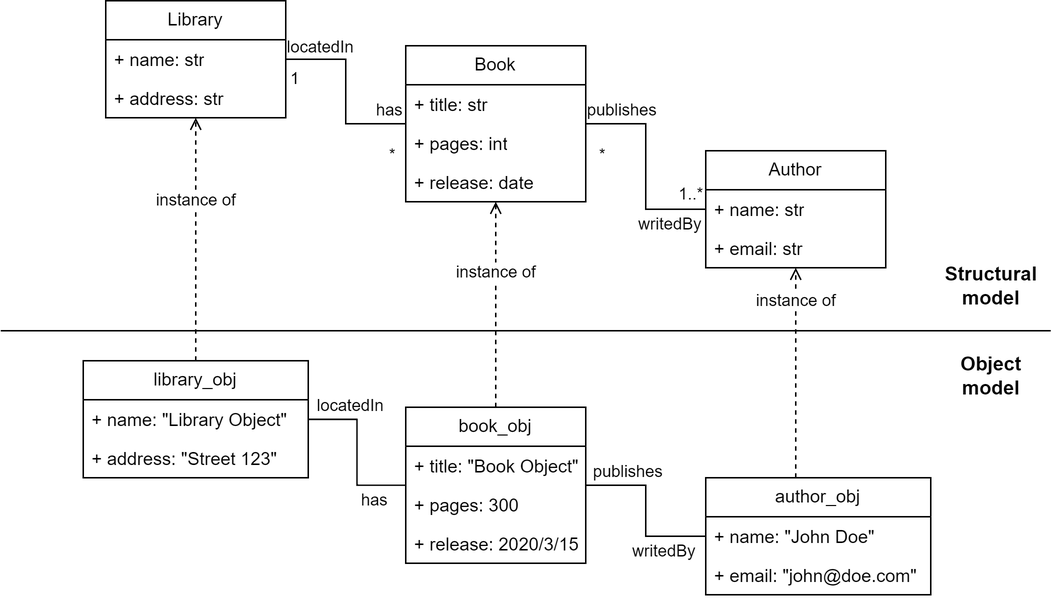
Before: docs/source/img/library_object.png, a diagram exported from draw.io (BESSER-PEARL/BESSER). Source tidied: cells renumbered, new cells last; positions are measured from the earlier drawing's top-left corner, leaving out a move shared by most shapes.
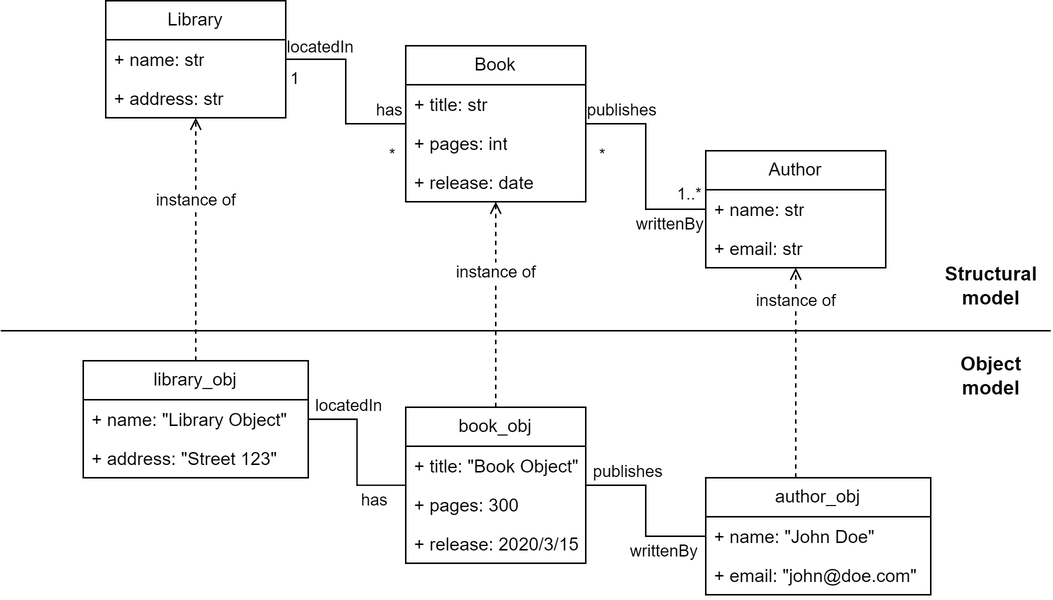
Later version of the same file.

What changed in the source:
```diff
@@ -73,7 +73,7 @@
         <mxPoint x="1" y="-8" as="offset" />
       </mxGeometry>
     </mxCell>
-    <mxCell id="21" value="writedBy" style="edgeLabel;html=1;align=center;verticalAlign=middle;" parent="17" vertex="1">
+    <mxCell id="21" value="writtenBy" style="edgeLabel;html=1;align=center;verticalAlign=middle;" parent="17" vertex="1">
       <mxGeometry x="0.68" y="1" relative="1" as="geometry">
         <mxPoint x="-2" y="11" as="offset" />
       </mxGeometry>
@@ -107,7 +107,7 @@
         <mxPoint x="9" y="-8" as="offset" />
       </mxGeometry>
     </mxCell>
-    <mxCell id="31" value="writedBy" style="edgeLabel;html=1;align=center;verticalAlign=middle;" parent="29" vertex="1">
+    <mxCell id="31" value="writtenBy" style="edgeLabel;html=1;align=center;verticalAlign=middle;" parent="29" vertex="1">
       <mxGeometry x="0.68" y="1" relative="1" as="geometry">
         <mxPoint x="-10" y="11" as="offset" />
       </mxGeometry>
```
